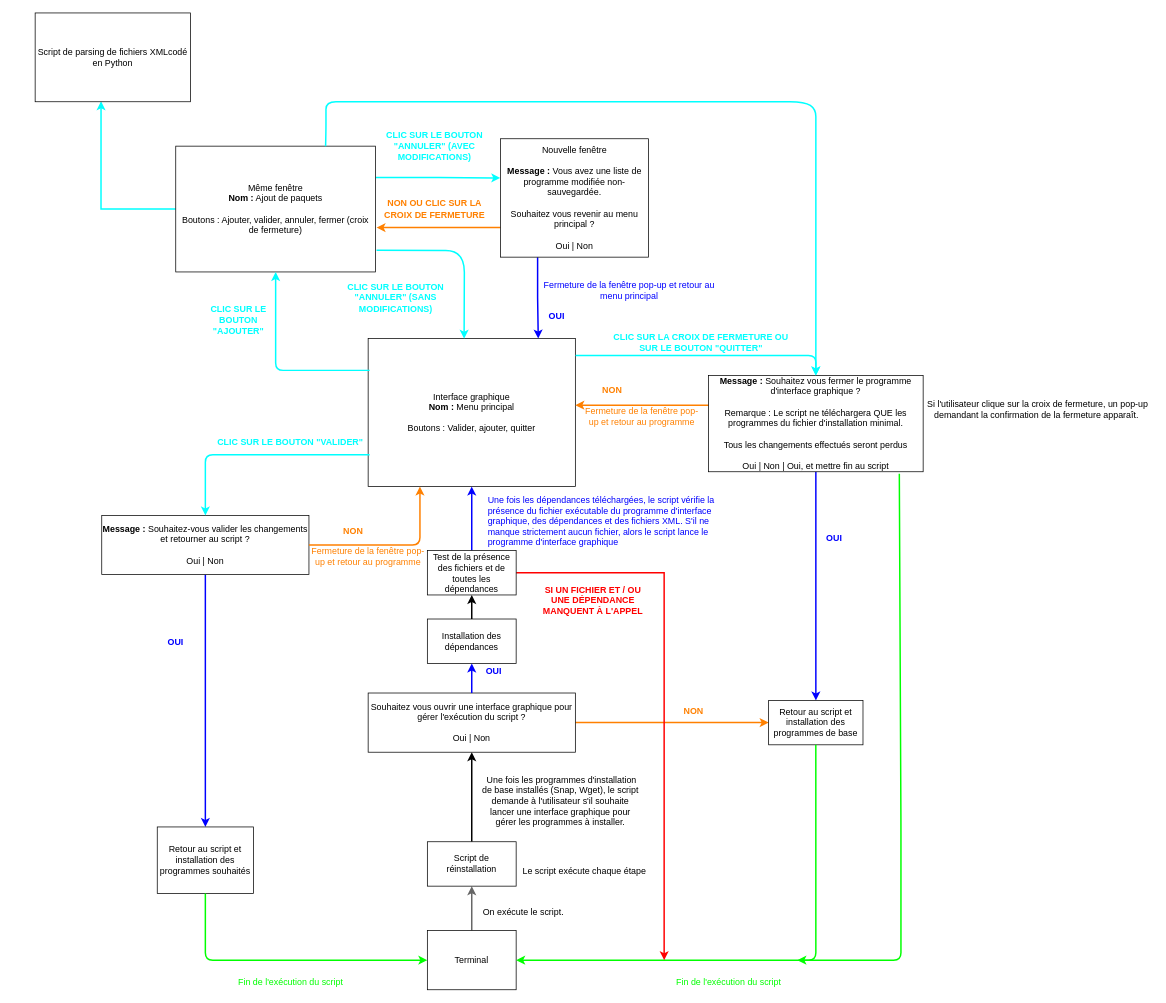
DimitriObeid/Linux-reinstall keeps this draw.io diagram as GUI/Interface graphique.drawio. Above is the earlier version. Source tidied: cells renumbered, new cells numbered last; positions are measured from the earlier drawing's top-left corner, leaving out a move shared by most shapes. Both pictures are drawn from the tidied source at 74%, with x=0, y=0 at pixel (35, 13).
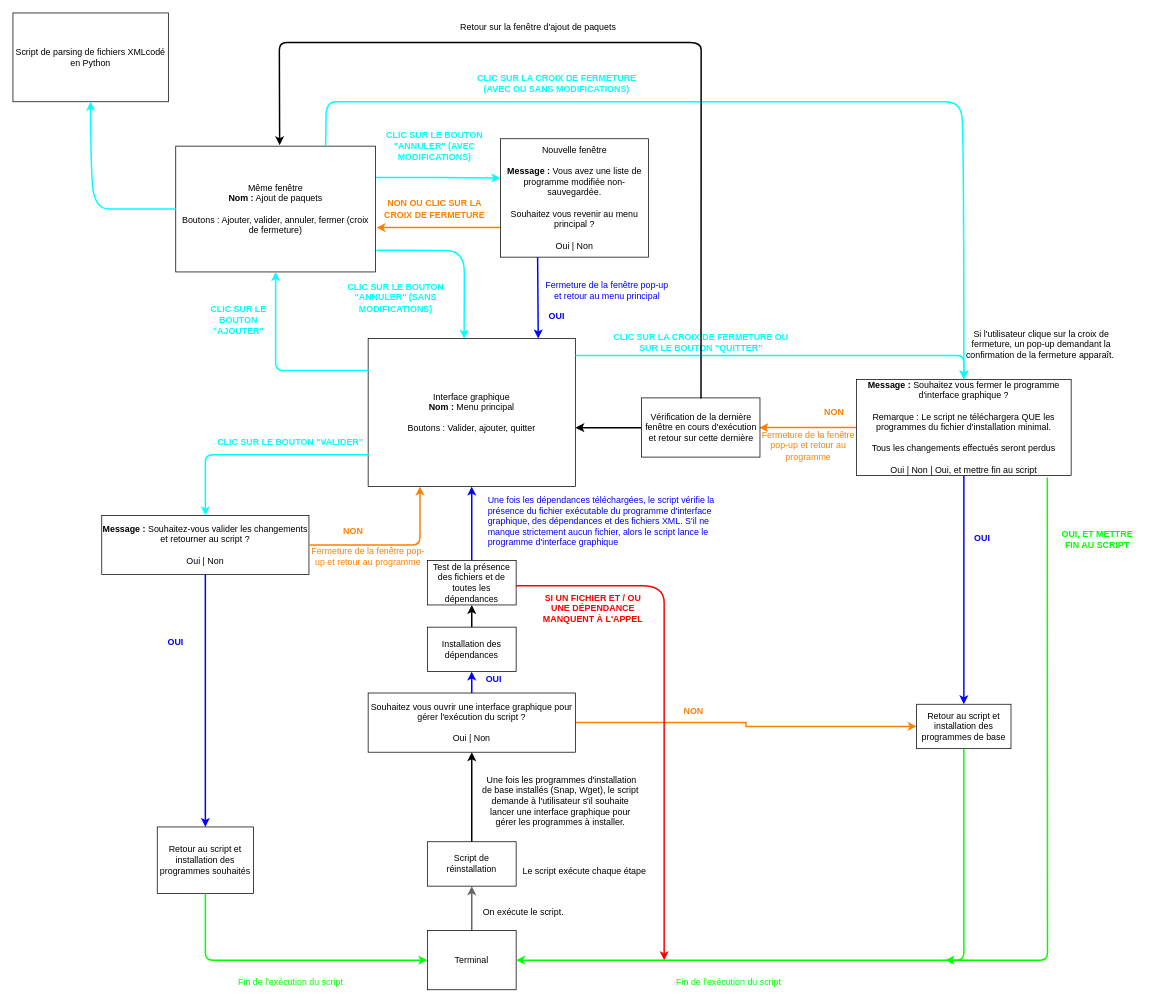
The same diagram, later.

Commit message:
Ajout du détecteur de la dernière fenêtre en cours d'exécution

The change refers to these unchanged cells:
```xml
<mxCell id="3" value="Terminal" style="rounded=0;whiteSpace=wrap;html=1;" parent="1" vertex="1">
  <mxGeometry x="530" y="1240" width="120" height="80" as="geometry" />
</mxCell>
<mxCell id="10" value="Interface graphique&lt;br&gt;&lt;b&gt;Nom :&lt;/b&gt; Menu principal&lt;br&gt;&lt;br&gt;Boutons : Valider, ajouter, quitter" style="rounded=0;whiteSpace=wrap;html=1;align=center;" parent="1" vertex="1">
  <mxGeometry x="450" y="440" width="280" height="200" as="geometry" />
</mxCell>
<mxCell id="41" value="Même fenêtre&lt;br&gt;&lt;b&gt;Nom :&lt;/b&gt; Ajout de paquets&lt;br&gt;&lt;br&gt;Boutons : Ajouter, valider, annuler, fermer (croix de fermeture)" style="rounded=0;whiteSpace=wrap;html=1;" parent="1" vertex="1">
  <mxGeometry x="190" y="180" width="270" height="170" as="geometry" />
</mxCell>
<mxCell id="48" value="Nouvelle fenêtre&lt;br&gt;&lt;br&gt;&lt;b&gt;Message :&lt;/b&gt; Vous avez une liste de programme modifiée non-sauvegardée.&lt;br&gt;&lt;br&gt;Souhaitez vous revenir au menu principal ?&lt;br&gt;&lt;br&gt;Oui | Non" style="rounded=0;whiteSpace=wrap;html=1;" parent="1" vertex="1">
  <mxGeometry x="629" y="170" width="200" height="160" as="geometry" />
</mxCell>
```

Diff of the diagram source:
```diff
@@
     <mxCell id="9" value="Installation des dépendances" style="rounded=0;whiteSpace=wrap;html=1;" parent="1" vertex="1">
-      <mxGeometry x="530" y="819" width="120" height="60" as="geometry" />
+      <mxGeometry x="530" y="830" width="120" height="60" as="geometry" />
     </mxCell>
@@
     <mxCell id="13" value="Si l'utilisateur clique sur la croix de fermeture, un pop-up demandant la confirmation de la fermeture apparaît.&amp;nbsp;" style="text;html=1;strokeColor=none;fillColor=none;align=center;verticalAlign=middle;whiteSpace=wrap;rounded=0;" parent="1" vertex="1">
-      <mxGeometry x="1200" y="513" width="310" height="46.2" as="geometry" />
+      <mxGeometry x="1250" y="415.2" width="220" height="66.2" as="geometry" />
     </mxCell>
-    <mxCell id="14" style="edgeStyle=orthogonalEdgeStyle;rounded=0;orthogonalLoop=1;jettySize=auto;html=1;exitX=0;exitY=0.5;exitDx=0;exitDy=0;strokeWidth=2;strokeColor=#FF8000;" parent="1" edge="1">
-      <mxGeometry relative="1" as="geometry">
-        <mxPoint x="960" y="530" as="sourcePoint" />
-        <mxPoint x="730" y="530" as="targetPoint" />
-      </mxGeometry>
-    </mxCell>
@@
+    <mxCell id="62" style="edgeStyle=orthogonalEdgeStyle;rounded=0;jettySize=auto;html=1;strokeColor=#FF8000;strokeWidth=2;entryX=0.994;entryY=0.501;entryDx=0;entryDy=0;entryPerimeter=0;" parent="1" edge="1" source="16" target="67">
+      <mxGeometry relative="1" as="geometry" />
+    </mxCell>
     <mxCell id="16" value="&lt;b&gt;Message :&lt;/b&gt; Souhaitez vous fermer le programme d'interface graphique ?&lt;br&gt;&lt;br&gt;Remarque : Le script ne téléchargera QUE les programmes du fichier d'installation minimal.&lt;br&gt;&lt;br&gt;Tous les changements effectués seront perdus&lt;br&gt;&lt;br&gt;&lt;div&gt;Oui | Non | Oui, et mettre fin au script&lt;/div&gt;" style="rounded=0;whiteSpace=wrap;html=1;" parent="1" vertex="1">
-      <mxGeometry x="910" y="490" width="290" height="130" as="geometry" />
+      <mxGeometry x="1110" y="495.2" width="290" height="130" as="geometry" />
     </mxCell>
     <mxCell id="17" value="Retour au script et installation des programmes de base" style="rounded=0;whiteSpace=wrap;html=1;" parent="1" vertex="1">
-      <mxGeometry x="991.2" y="929" width="127.5" height="60" as="geometry" />
+      <mxGeometry x="1191.2" y="934.2" width="127.5" height="60" as="geometry" />
     </mxCell>
     <mxCell id="18" style="endArrow=classic;html=1;entryX=0.5;entryY=0;entryDx=0;entryDy=0;exitX=1.001;exitY=0.115;exitDx=0;exitDy=0;exitPerimeter=0;strokeWidth=2;strokeColor=#00FFFF;" parent="1" edge="1" source="10" target="16">
       <mxGeometry relative="1" as="geometry">
         <Array as="points">
-          <mxPoint x="1055" y="463" />
+          <mxPoint x="1255" y="463" />
         </Array>
       </mxGeometry>
     </mxCell>
     <mxCell id="19" value="&lt;b&gt;&lt;font color=&quot;#ff8000&quot;&gt;NON&lt;/font&gt;&lt;/b&gt;" style="text;html=1;strokeColor=none;fillColor=none;align=center;verticalAlign=middle;whiteSpace=wrap;rounded=0;" parent="1" vertex="1">
-      <mxGeometry x="760" y="500" width="40" height="20" as="geometry" />
+      <mxGeometry x="1060" y="530" width="40" height="20" as="geometry" />
     </mxCell>
     <mxCell id="20" value="&lt;font color=&quot;#ff8000&quot;&gt;Fermeture de la fenêtre pop-up et retour au programme&lt;/font&gt;" style="text;html=1;strokeColor=none;fillColor=none;align=center;verticalAlign=middle;whiteSpace=wrap;rounded=0;" parent="1" vertex="1">
-      <mxGeometry x="740" y="520" width="160" height="50" as="geometry" />
+      <mxGeometry x="979.5" y="559.9" width="130" height="50" as="geometry" />
     </mxCell>
     <mxCell id="21" style="endArrow=classic;html=1;exitX=0.5;exitY=1;exitDx=0;exitDy=0;entryX=1;entryY=0.5;entryDx=0;entryDy=0;fillColor=#60a917;strokeColor=#00FF00;strokeWidth=2;" parent="1" edge="1" source="17" target="3">
       <mxGeometry relative="1" as="geometry">
         <Array as="points">
-          <mxPoint x="1055" y="1280" />
+          <mxPoint x="1255" y="1280" />
         </Array>
       </mxGeometry>
     </mxCell>
@@
     <mxCell id="26" value="&lt;b&gt;&lt;font color=&quot;#0000ff&quot;&gt;OUI&lt;/font&gt;&lt;/b&gt;" style="text;html=1;strokeColor=none;fillColor=none;align=center;verticalAlign=middle;whiteSpace=wrap;rounded=0;" parent="1" vertex="1">
-      <mxGeometry x="1060" y="700" width="40" height="20" as="geometry" />
+      <mxGeometry x="1260" y="700.2" width="40" height="20" as="geometry" />
     </mxCell>
     <mxCell id="27" value="&lt;b&gt;&lt;font color=&quot;#0000ff&quot;&gt;OUI&lt;/font&gt;&lt;/b&gt;" style="text;html=1;strokeColor=none;fillColor=none;align=center;verticalAlign=middle;whiteSpace=wrap;rounded=0;" parent="1" vertex="1">
-      <mxGeometry x="600" y="880" width="40" height="20" as="geometry" />
+      <mxGeometry x="600" y="890" width="40" height="20" as="geometry" />
     </mxCell>
@@
-    <mxCell id="40" style="edgeStyle=orthogonalEdgeStyle;rounded=0;jettySize=auto;html=1;strokeColor=#00FFFF;exitX=0;exitY=0.5;exitDx=0;exitDy=0;entryX=0.424;entryY=0.994;entryDx=0;entryDy=0;entryPerimeter=0;strokeWidth=2;" parent="1" edge="1" source="41" target="57">
-      <mxGeometry relative="1" as="geometry" />
-    </mxCell>
@@
     <mxCell id="47" style="edgeStyle=orthogonalEdgeStyle;rounded=0;jettySize=auto;html=1;exitX=0.25;exitY=1;exitDx=0;exitDy=0;strokeWidth=2;strokeColor=#0000FF;entryX=0.821;entryY=0;entryDx=0;entryDy=0;entryPerimeter=0;" parent="1" edge="1" source="48" target="10">
       <mxGeometry relative="1" as="geometry">
         <Array as="points">
-          <mxPoint x="679" y="385" />
+          <mxPoint x="680" y="330" />
         </Array>
       </mxGeometry>
     </mxCell>
@@
     <mxCell id="51" style="endArrow=classic;html=1;exitX=0.889;exitY=1.021;exitDx=0;exitDy=0;exitPerimeter=0;fillColor=#60a917;strokeColor=#00FF00;strokeWidth=2;" parent="1" edge="1" source="16">
       <mxGeometry relative="1" as="geometry">
-        <mxPoint x="1030" y="1280" as="targetPoint" />
+        <mxPoint x="1230" y="1280" as="targetPoint" />
         <Array as="points">
-          <mxPoint x="1170" y="1100" />
-          <mxPoint x="1170" y="1280" />
+          <mxPoint x="1368" y="1280" />
         </Array>
       </mxGeometry>
     </mxCell>
@@
-    <mxCell id="54" style="edgeStyle=orthogonalEdgeStyle;rounded=0;jettySize=auto;html=1;exitX=1;exitY=0.5;exitDx=0;exitDy=0;strokeWidth=2;fillColor=#e51400;strokeColor=#FF0000;" parent="1" edge="1" source="55">
-      <mxGeometry relative="1" as="geometry">
-        <mxPoint x="850" y="1280" as="targetPoint" />
-        <Array as="points">
-          <mxPoint x="850" y="756" />
-        </Array>
-      </mxGeometry>
-    </mxCell>
     <mxCell id="55" value="Test de la présence des fichiers et de toutes les dépendances" style="rounded=0;whiteSpace=wrap;html=1;" parent="1" vertex="1">
-      <mxGeometry x="530" y="726.5" width="120" height="60" as="geometry" />
+      <mxGeometry x="530" y="740" width="120" height="60" as="geometry" />
     </mxCell>
     <mxCell id="56" value="&lt;b&gt;&lt;font color=&quot;#ff0000&quot;&gt;SI UN FICHIER ET / OU UNE DÉPENDANCE MANQUENT À L'APPEL&lt;/font&gt;&lt;/b&gt;" style="text;html=1;strokeColor=none;fillColor=none;align=center;verticalAlign=middle;whiteSpace=wrap;rounded=0;" parent="1" vertex="1">
-      <mxGeometry x="679" y="768" width="150" height="51" as="geometry" />
+      <mxGeometry x="679" y="779" width="150" height="51" as="geometry" />
     </mxCell>
     <mxCell id="57" value="Script de parsing de fichiers XMLcodé en Python" style="rounded=0;whiteSpace=wrap;html=1;" parent="1" vertex="1">
-      <mxGeometry width="210" height="120" as="geometry" />
+      <mxGeometry x="-30" width="210" height="120" as="geometry" />
     </mxCell>
     <mxCell id="58" value="&lt;font color=&quot;#0000ff&quot;&gt;Fermeture de la fenêtre pop-up et retour au menu principal&lt;/font&gt;" style="text;html=1;strokeColor=none;fillColor=none;align=center;verticalAlign=middle;whiteSpace=wrap;rounded=0;" parent="1" vertex="1">
-      <mxGeometry x="684.5" y="350" width="235.5" height="50" as="geometry" />
+      <mxGeometry x="684.5" y="350" width="175.5" height="50" as="geometry" />
     </mxCell>
@@
     <mxCell id="61" style="curved=1;endArrow=classic;html=1;strokeColor=#00FFFF;strokeWidth=2;exitX=0.75;exitY=0;exitDx=0;exitDy=0;entryX=0.5;entryY=0;entryDx=0;entryDy=0;" parent="1" edge="1" source="41" target="16">
       <mxGeometry relative="1" as="geometry">
         <Array as="points">
           <mxPoint x="393" y="160" />
-          <mxPoint x="393" y="140" />
           <mxPoint x="393" y="120" />
           <mxPoint x="420" y="120" />
-          <mxPoint x="660" y="120" />
-          <mxPoint x="1000" y="120" />
-          <mxPoint x="1040" y="120" />
-          <mxPoint x="1055" y="130" />
-          <mxPoint x="1055" y="150" />
-          <mxPoint x="1055" y="265" />
+          <mxPoint x="1210" y="120" />
+          <mxPoint x="1250" y="120" />
+          <mxPoint x="1255" y="160" />
         </Array>
       </mxGeometry>
     </mxCell>
+    <mxCell id="63" style="curved=1;endArrow=classic;html=1;strokeColor=#FF0000;strokeWidth=2;exitX=0.997;exitY=0.569;exitDx=0;exitDy=0;exitPerimeter=0;" parent="1" edge="1" source="55">
+      <mxGeometry relative="1" as="geometry">
+        <mxPoint x="850" y="1280" as="targetPoint" />
+        <Array as="points">
+          <mxPoint x="790" y="774" />
+          <mxPoint x="850" y="774" />
+          <mxPoint x="850" y="820" />
+        </Array>
+      </mxGeometry>
+    </mxCell>
+    <mxCell id="40" style="curved=1;endArrow=classic;html=1;strokeColor=#00FFFF;strokeWidth=2;exitX=0;exitY=0.5;exitDx=0;exitDy=0;entryX=0.5;entryY=1;entryDx=0;entryDy=0;" parent="1" edge="1" source="41" target="57">
+      <mxGeometry relative="1" as="geometry">
+        <Array as="points">
+          <mxPoint x="120" y="265" />
+          <mxPoint x="80" y="265" />
+          <mxPoint x="75" y="200" />
+        </Array>
+      </mxGeometry>
+    </mxCell>
+    <mxCell id="64" value="&lt;b&gt;&lt;font color=&quot;#00ffff&quot;&gt;CLIC SUR LA CROIX DE FERMETURE (AVEC OU SANS MODIFICATIONS)&lt;/font&gt;&lt;/b&gt;" style="text;html=1;strokeColor=none;fillColor=none;align=center;verticalAlign=middle;whiteSpace=wrap;rounded=0;" parent="1" vertex="1">
+      <mxGeometry x="589.5" y="80" width="230" height="30" as="geometry" />
+    </mxCell>
+    <mxCell id="65" value="&lt;b&gt;&lt;font color=&quot;#00ff00&quot;&gt;OUI, ET METTRE FIN AU SCRIPT&lt;/font&gt;&lt;/b&gt;" style="text;html=1;strokeColor=none;fillColor=none;align=center;verticalAlign=middle;whiteSpace=wrap;rounded=0;" parent="1" vertex="1">
+      <mxGeometry x="1380" y="696.5" width="111" height="30" as="geometry" />
+    </mxCell>
+    <mxCell id="66" style="edgeStyle=orthogonalEdgeStyle;rounded=0;jettySize=auto;html=1;entryX=1;entryY=0.602;entryDx=0;entryDy=0;entryPerimeter=0;strokeColor=#000000;strokeWidth=2;" parent="1" edge="1" source="67" target="10">
+      <mxGeometry relative="1" as="geometry">
+        <Array as="points">
+          <mxPoint x="820" y="560" />
+        </Array>
+      </mxGeometry>
+    </mxCell>
+    <mxCell id="67" value="Vérification de la dernière fenêtre en cours d'exécution et retour sur cette dernière" style="rounded=0;whiteSpace=wrap;html=1;" parent="1" vertex="1">
+      <mxGeometry x="819.5" y="520.2" width="160" height="80" as="geometry" />
+    </mxCell>
+    <mxCell id="68" style="curved=1;endArrow=classic;html=1;strokeColor=#000000;strokeWidth=2;exitX=0.502;exitY=0.009;exitDx=0;exitDy=0;exitPerimeter=0;entryX=0.52;entryY=-0.008;entryDx=0;entryDy=0;entryPerimeter=0;" parent="1" edge="1" source="67" target="41">
+      <mxGeometry relative="1" as="geometry">
+        <Array as="points">
+          <mxPoint x="900" y="60" />
+          <mxPoint x="900" y="40" />
+          <mxPoint x="870" y="40" />
+          <mxPoint x="350" y="40" />
+          <mxPoint x="330" y="40" />
+          <mxPoint x="330" y="60" />
+        </Array>
+      </mxGeometry>
+    </mxCell>
+    <mxCell id="69" value="Retour sur la fenêtre d'ajout de paquets" style="text;html=1;strokeColor=none;fillColor=none;align=center;verticalAlign=middle;whiteSpace=wrap;rounded=0;" parent="1" vertex="1">
+      <mxGeometry x="564.8" y="10" width="230" height="20" as="geometry" />
+    </mxCell>
```
